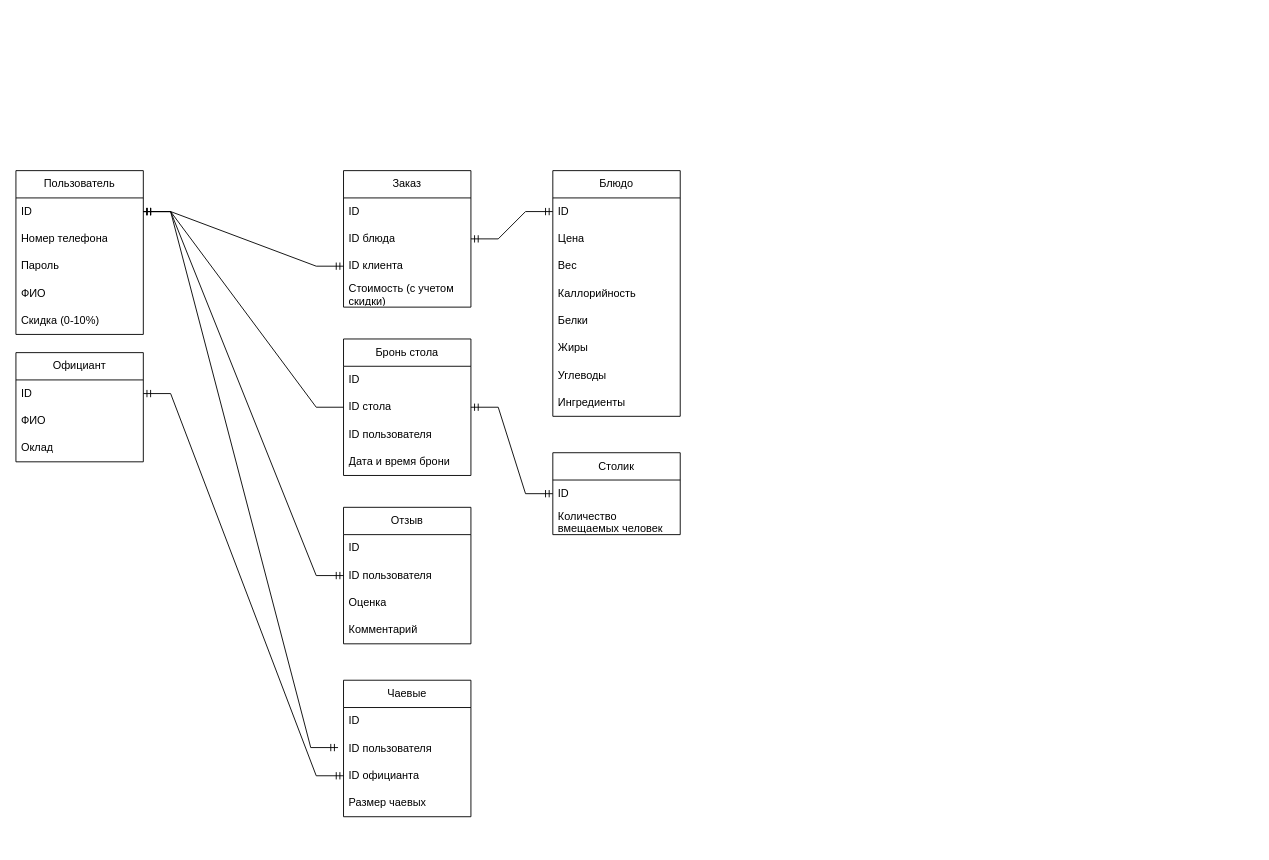
Before: DB.drawio in Rashen95/DiplomProject, a draw.io diagram. Source tidied: cells renumbered, new cells numbered last; positions are measured from the earlier drawing's top-left corner, leaving out a move shared by most shapes. Both pictures are drawn from the tidied source at 91%, with x=0, y=0 at pixel (15, 170).
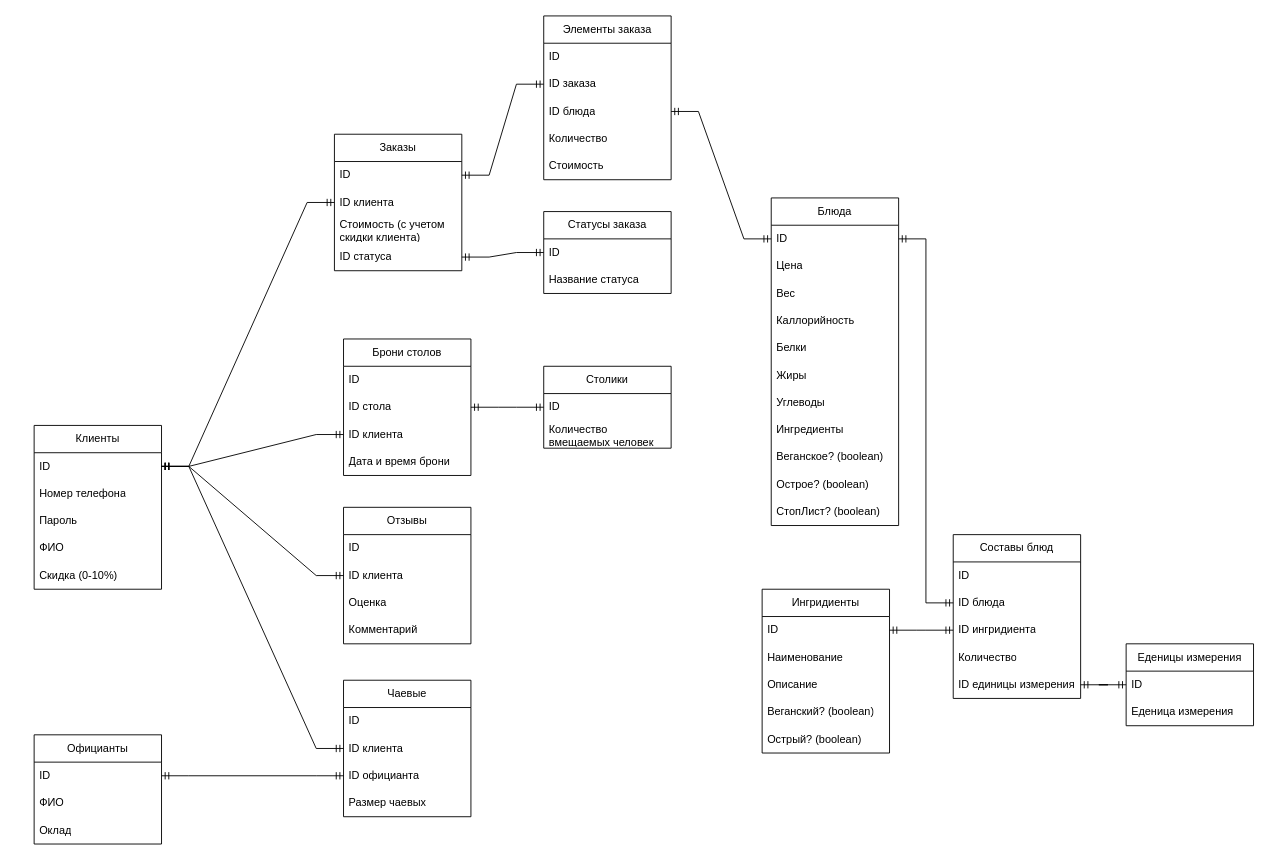
The same page after the edit.

The change refers to these unchanged cells:
```xml
<mxCell id="3" value="ID" style="text;strokeColor=none;fillColor=none;align=left;verticalAlign=middle;spacingLeft=4;spacingRight=4;overflow=hidden;points=[[0,0.5],[1,0.5]];portConstraint=eastwest;whiteSpace=wrap;html=1;" parent="2" vertex="1">
  <mxGeometry y="30" width="140" height="30" as="geometry" />
</mxCell>
<mxCell id="9" value="ID" style="text;strokeColor=none;fillColor=none;align=left;verticalAlign=middle;spacingLeft=4;spacingRight=4;overflow=hidden;points=[[0,0.5],[1,0.5]];portConstraint=eastwest;whiteSpace=wrap;html=1;" parent="8" vertex="1">
  <mxGeometry y="30" width="140" height="30" as="geometry" />
</mxCell>
<mxCell id="18" value="ID" style="text;strokeColor=none;fillColor=none;align=left;verticalAlign=middle;spacingLeft=4;spacingRight=4;overflow=hidden;points=[[0,0.5],[1,0.5]];portConstraint=eastwest;whiteSpace=wrap;html=1;" parent="17" vertex="1">
  <mxGeometry y="30" width="140" height="30" as="geometry" />
</mxCell>
<mxCell id="33" value="ID стола" style="text;strokeColor=none;fillColor=none;align=left;verticalAlign=middle;spacingLeft=4;spacingRight=4;overflow=hidden;points=[[0,0.5],[1,0.5]];portConstraint=eastwest;whiteSpace=wrap;html=1;" parent="31" vertex="1">
  <mxGeometry y="60" width="140" height="30" as="geometry" />
</mxCell>
<mxCell id="44" value="Чаевые" style="swimlane;fontStyle=0;horizontal=1;startSize=30;whiteSpace=wrap;html=1;" parent="1" vertex="1">
  <mxGeometry x="360" y="560" width="140" height="150" as="geometry" />
</mxCell>
```

The edit, as a diff of the source:
```diff
@@
-    <mxCell id="2" value="Пользователь" style="swimlane;fontStyle=0;horizontal=1;startSize=30;whiteSpace=wrap;html=1;" parent="1" vertex="1">
-      <mxGeometry width="140" height="180" as="geometry" />
+    <mxCell id="2" value="Клиенты" style="swimlane;fontStyle=0;horizontal=1;startSize=30;whiteSpace=wrap;html=1;" parent="1" vertex="1">
+      <mxGeometry x="20" y="280" width="140" height="180" as="geometry" />
     </mxCell>
@@
-    <mxCell id="8" value="Блюдо" style="swimlane;fontStyle=0;horizontal=1;startSize=30;whiteSpace=wrap;html=1;" parent="1" vertex="1">
-      <mxGeometry x="590" width="140" height="270" as="geometry" />
+    <mxCell id="8" value="Блюда" style="swimlane;fontStyle=0;horizontal=1;startSize=30;whiteSpace=wrap;html=1;" parent="1" vertex="1">
+      <mxGeometry x="830" y="30" width="140" height="360" as="geometry" />
     </mxCell>
@@
+    <mxCell id="51" value="Веганское? (boolean)" style="text;strokeColor=none;fillColor=none;align=left;verticalAlign=middle;spacingLeft=4;spacingRight=4;overflow=hidden;whiteSpace=wrap;html=1;" parent="8" vertex="1">
+      <mxGeometry y="270" width="140" height="30" as="geometry" />
+    </mxCell>
+    <mxCell id="52" value="Острое? (boolean)" style="text;strokeColor=none;fillColor=none;align=left;verticalAlign=middle;spacingLeft=4;spacingRight=4;overflow=hidden;whiteSpace=wrap;html=1;" parent="8" vertex="1">
+      <mxGeometry y="300" width="140" height="30" as="geometry" />
+    </mxCell>
+    <mxCell id="53" value="СтопЛист? (boolean)" style="text;strokeColor=none;fillColor=none;align=left;verticalAlign=middle;spacingLeft=4;spacingRight=4;overflow=hidden;whiteSpace=wrap;html=1;" parent="8" vertex="1">
+      <mxGeometry y="330" width="140" height="30" as="geometry" />
+    </mxCell>
-    <mxCell id="17" value="Заказ" style="swimlane;fontStyle=0;horizontal=1;startSize=30;whiteSpace=wrap;html=1;" parent="1" vertex="1">
-      <mxGeometry x="360" width="140" height="150" as="geometry" />
+    <mxCell id="17" value="Заказы" style="swimlane;fontStyle=0;horizontal=1;startSize=30;whiteSpace=wrap;html=1;" parent="1" vertex="1">
+      <mxGeometry x="350" y="-40" width="140" height="150" as="geometry" />
     </mxCell>
@@
-    <mxCell id="19" value="ID блюда" style="text;strokeColor=none;fillColor=none;align=left;verticalAlign=middle;spacingLeft=4;spacingRight=4;overflow=hidden;points=[[0,0.5],[1,0.5]];portConstraint=eastwest;whiteSpace=wrap;html=1;" parent="17" vertex="1">
-      <mxGeometry y="60" width="140" height="30" as="geometry" />
-    </mxCell>
     <mxCell id="20" value="ID клиента" style="text;strokeColor=none;fillColor=none;align=left;verticalAlign=middle;spacingLeft=4;spacingRight=4;overflow=hidden;points=[[0,0.5],[1,0.5]];portConstraint=eastwest;whiteSpace=wrap;html=1;" parent="17" vertex="1">
-      <mxGeometry y="90" width="140" height="30" as="geometry" />
+      <mxGeometry y="60" width="140" height="30" as="geometry" />
     </mxCell>
-    <mxCell id="21" value="Стоимость (с учетом скидки)" style="text;strokeColor=none;fillColor=none;align=left;verticalAlign=middle;spacingLeft=4;spacingRight=4;overflow=hidden;whiteSpace=wrap;html=1;" parent="17" vertex="1">
-      <mxGeometry y="120" width="140" height="30" as="geometry" />
+    <mxCell id="21" value="Стоимость (с учетом скидки клиента)" style="text;strokeColor=none;fillColor=none;align=left;verticalAlign=middle;spacingLeft=4;spacingRight=4;overflow=hidden;whiteSpace=wrap;html=1;" parent="17" vertex="1">
+      <mxGeometry y="90" width="140" height="30" as="geometry" />
     </mxCell>
+    <mxCell id="54" value="ID статуса" style="text;strokeColor=none;fillColor=none;align=left;verticalAlign=middle;spacingLeft=4;spacingRight=4;overflow=hidden;points=[[0,0.5],[1,0.5]];portConstraint=eastwest;whiteSpace=wrap;html=1;" parent="17" vertex="1">
+      <mxGeometry y="120" width="140" height="30" as="geometry" />
+    </mxCell>
@@
-    <mxCell id="23" style="edgeStyle=entityRelationEdgeStyle;fontSize=12;html=1;endArrow=ERmandOne;startArrow=ERmandOne;rounded=0;exitX=1;exitY=0.5;exitDx=0;exitDy=0;entryX=0;entryY=0.5;entryDx=0;entryDy=0;" parent="1" edge="1" source="19" target="9">
+    <mxCell id="23" style="edgeStyle=entityRelationEdgeStyle;fontSize=12;html=1;endArrow=ERmandOne;startArrow=ERmandOne;rounded=0;entryX=0;entryY=0.5;entryDx=0;entryDy=0;exitX=1;exitY=0.5;exitDx=0;exitDy=0;" parent="1" edge="1" source="59" target="9">
       <mxGeometry relative="1" as="geometry" />
     </mxCell>
-    <mxCell id="24" value="Официант" style="swimlane;fontStyle=0;horizontal=1;startSize=30;whiteSpace=wrap;html=1;" parent="1" vertex="1">
-      <mxGeometry y="200" width="140" height="120" as="geometry" />
+    <mxCell id="24" value="Официанты" style="swimlane;fontStyle=0;horizontal=1;startSize=30;whiteSpace=wrap;html=1;" parent="1" vertex="1">
+      <mxGeometry x="20" y="620" width="140" height="120" as="geometry" />
     </mxCell>
@@
-    <mxCell id="28" value="Столик" style="swimlane;fontStyle=0;horizontal=1;startSize=30;whiteSpace=wrap;html=1;" parent="1" vertex="1">
-      <mxGeometry x="590" y="310" width="140" height="90" as="geometry" />
+    <mxCell id="28" value="Столики" style="swimlane;fontStyle=0;horizontal=1;startSize=30;whiteSpace=wrap;html=1;" parent="1" vertex="1">
+      <mxGeometry x="580" y="215" width="140" height="90" as="geometry" />
     </mxCell>
@@
-    <mxCell id="31" value="Бронь стола" style="swimlane;fontStyle=0;horizontal=1;startSize=30;whiteSpace=wrap;html=1;" parent="1" vertex="1">
+    <mxCell id="31" value="Брони столов" style="swimlane;fontStyle=0;horizontal=1;startSize=30;whiteSpace=wrap;html=1;" parent="1" vertex="1">
       <mxGeometry x="360" y="185" width="140" height="150" as="geometry" />
     </mxCell>
@@
-    <mxCell id="34" value="ID пользователя" style="text;strokeColor=none;fillColor=none;align=left;verticalAlign=middle;spacingLeft=4;spacingRight=4;overflow=hidden;points=[[0,0.5],[1,0.5]];portConstraint=eastwest;whiteSpace=wrap;html=1;" parent="31" vertex="1">
+    <mxCell id="34" value="ID клиента" style="text;strokeColor=none;fillColor=none;align=left;verticalAlign=middle;spacingLeft=4;spacingRight=4;overflow=hidden;points=[[0,0.5],[1,0.5]];portConstraint=eastwest;whiteSpace=wrap;html=1;" parent="31" vertex="1">
       <mxGeometry y="90" width="140" height="30" as="geometry" />
     </mxCell>
@@
-    <mxCell id="37" style="edgeStyle=entityRelationEdgeStyle;fontSize=12;html=1;endArrow=ERmandOne;rounded=0;exitX=0;exitY=0.5;exitDx=0;exitDy=0;entryX=1;entryY=0.5;entryDx=0;entryDy=0;" parent="1" edge="1" source="33" target="3">
-      <mxGeometry relative="1" as="geometry">
-        <Array as="points">
-          <mxPoint x="20" y="320" />
-        </Array>
-      </mxGeometry>
-    </mxCell>
-    <mxCell id="38" value="Отзыв" style="swimlane;fontStyle=0;horizontal=1;startSize=30;whiteSpace=wrap;html=1;" parent="1" vertex="1">
+    <mxCell id="38" value="Отзывы" style="swimlane;fontStyle=0;horizontal=1;startSize=30;whiteSpace=wrap;html=1;" parent="1" vertex="1">
       <mxGeometry x="360" y="370" width="140" height="150" as="geometry" />
     </mxCell>
@@
-    <mxCell id="40" value="ID пользователя" style="text;strokeColor=none;fillColor=none;align=left;verticalAlign=middle;spacingLeft=4;spacingRight=4;overflow=hidden;points=[[0,0.5],[1,0.5]];portConstraint=eastwest;whiteSpace=wrap;html=1;" parent="38" vertex="1">
+    <mxCell id="40" value="ID клиента" style="text;strokeColor=none;fillColor=none;align=left;verticalAlign=middle;spacingLeft=4;spacingRight=4;overflow=hidden;points=[[0,0.5],[1,0.5]];portConstraint=eastwest;whiteSpace=wrap;html=1;" parent="38" vertex="1">
       <mxGeometry y="60" width="140" height="30" as="geometry" />
     </mxCell>
@@
-    <mxCell id="46" value="ID пользователя" style="text;strokeColor=none;fillColor=none;align=left;verticalAlign=middle;spacingLeft=4;spacingRight=4;overflow=hidden;points=[[0,0.5],[1,0.5]];portConstraint=eastwest;whiteSpace=wrap;html=1;" parent="44" vertex="1">
+    <mxCell id="46" value="ID клиента" style="text;strokeColor=none;fillColor=none;align=left;verticalAlign=middle;spacingLeft=4;spacingRight=4;overflow=hidden;points=[[0,0.5],[1,0.5]];portConstraint=eastwest;whiteSpace=wrap;html=1;" parent="44" vertex="1">
       <mxGeometry y="60" width="140" height="30" as="geometry" />
     </mxCell>
@@
-    <mxCell id="49" style="edgeStyle=entityRelationEdgeStyle;fontSize=12;html=1;endArrow=ERmandOne;startArrow=ERmandOne;rounded=0;entryX=-0.043;entryY=0.467;entryDx=0;entryDy=0;entryPerimeter=0;exitX=1;exitY=0.5;exitDx=0;exitDy=0;" parent="1" edge="1" source="3" target="46">
+    <mxCell id="49" style="edgeStyle=entityRelationEdgeStyle;fontSize=12;html=1;endArrow=ERmandOne;startArrow=ERmandOne;rounded=0;entryX=0;entryY=0.5;entryDx=0;entryDy=0;exitX=1;exitY=0.5;exitDx=0;exitDy=0;" parent="1" edge="1" source="3" target="46">
       <mxGeometry relative="1" as="geometry" />
     </mxCell>
@@
+    <mxCell id="55" style="edgeStyle=entityRelationEdgeStyle;fontSize=12;html=1;endArrow=ERmandOne;startArrow=ERmandOne;rounded=0;exitX=1;exitY=0.5;exitDx=0;exitDy=0;entryX=0;entryY=0.5;entryDx=0;entryDy=0;" parent="1" edge="1" source="3" target="34">
+      <mxGeometry relative="1" as="geometry" />
+    </mxCell>
+    <mxCell id="56" value="Элементы заказа" style="swimlane;fontStyle=0;horizontal=1;startSize=30;whiteSpace=wrap;html=1;" parent="1" vertex="1">
+      <mxGeometry x="580" y="-170" width="140" height="180" as="geometry" />
+    </mxCell>
+    <mxCell id="57" value="ID" style="text;strokeColor=none;fillColor=none;align=left;verticalAlign=middle;spacingLeft=4;spacingRight=4;overflow=hidden;whiteSpace=wrap;html=1;" parent="56" vertex="1">
+      <mxGeometry y="30" width="140" height="30" as="geometry" />
+    </mxCell>
+    <mxCell id="58" value="ID заказа" style="text;strokeColor=none;fillColor=none;align=left;verticalAlign=middle;spacingLeft=4;spacingRight=4;overflow=hidden;points=[[0,0.5],[1,0.5]];portConstraint=eastwest;whiteSpace=wrap;html=1;" parent="56" vertex="1">
+      <mxGeometry y="60" width="140" height="30" as="geometry" />
+    </mxCell>
+    <mxCell id="59" value="ID блюда" style="text;strokeColor=none;fillColor=none;align=left;verticalAlign=middle;spacingLeft=4;spacingRight=4;overflow=hidden;points=[[0,0.5],[1,0.5]];portConstraint=eastwest;whiteSpace=wrap;html=1;" parent="56" vertex="1">
+      <mxGeometry y="90" width="140" height="30" as="geometry" />
+    </mxCell>
+    <mxCell id="60" value="Количество" style="text;strokeColor=none;fillColor=none;align=left;verticalAlign=middle;spacingLeft=4;spacingRight=4;overflow=hidden;whiteSpace=wrap;html=1;" parent="56" vertex="1">
+      <mxGeometry y="120" width="140" height="30" as="geometry" />
+    </mxCell>
+    <mxCell id="61" value="Стоимость" style="text;strokeColor=none;fillColor=none;align=left;verticalAlign=middle;spacingLeft=4;spacingRight=4;overflow=hidden;whiteSpace=wrap;html=1;" parent="56" vertex="1">
+      <mxGeometry y="150" width="140" height="30" as="geometry" />
+    </mxCell>
+    <mxCell id="62" style="edgeStyle=entityRelationEdgeStyle;fontSize=12;html=1;endArrow=ERmandOne;startArrow=ERmandOne;rounded=0;entryX=0;entryY=0.5;entryDx=0;entryDy=0;exitX=1;exitY=0.5;exitDx=0;exitDy=0;" parent="1" edge="1" source="18" target="58">
+      <mxGeometry relative="1" as="geometry" />
+    </mxCell>
+    <mxCell id="63" value="Ингридиенты" style="swimlane;fontStyle=0;horizontal=1;startSize=30;whiteSpace=wrap;html=1;" parent="1" vertex="1">
+      <mxGeometry x="820" y="460" width="140" height="180" as="geometry" />
+    </mxCell>
+    <mxCell id="64" value="ID" style="text;strokeColor=none;fillColor=none;align=left;verticalAlign=middle;spacingLeft=4;spacingRight=4;overflow=hidden;points=[[0,0.5],[1,0.5]];portConstraint=eastwest;whiteSpace=wrap;html=1;" parent="63" vertex="1">
+      <mxGeometry y="30" width="140" height="30" as="geometry" />
+    </mxCell>
+    <mxCell id="65" value="Наименование" style="text;strokeColor=none;fillColor=none;align=left;verticalAlign=middle;spacingLeft=4;spacingRight=4;overflow=hidden;whiteSpace=wrap;html=1;" parent="63" vertex="1">
+      <mxGeometry y="60" width="140" height="30" as="geometry" />
+    </mxCell>
+    <mxCell id="66" value="Описание" style="text;strokeColor=none;fillColor=none;align=left;verticalAlign=middle;spacingLeft=4;spacingRight=4;overflow=hidden;whiteSpace=wrap;html=1;" parent="63" vertex="1">
+      <mxGeometry y="90" width="140" height="30" as="geometry" />
+    </mxCell>
+    <mxCell id="67" value="Веганский? (boolean)" style="text;strokeColor=none;fillColor=none;align=left;verticalAlign=middle;spacingLeft=4;spacingRight=4;overflow=hidden;whiteSpace=wrap;html=1;" parent="63" vertex="1">
+      <mxGeometry y="120" width="140" height="30" as="geometry" />
+    </mxCell>
+    <mxCell id="68" value="Острый? (boolean)" style="text;strokeColor=none;fillColor=none;align=left;verticalAlign=middle;spacingLeft=4;spacingRight=4;overflow=hidden;whiteSpace=wrap;html=1;" parent="63" vertex="1">
+      <mxGeometry y="150" width="140" height="30" as="geometry" />
+    </mxCell>
+    <mxCell id="69" value="Составы блюд" style="swimlane;fontStyle=0;horizontal=1;startSize=30;whiteSpace=wrap;html=1;" parent="1" vertex="1">
+      <mxGeometry x="1030" y="400" width="140" height="180" as="geometry" />
+    </mxCell>
+    <mxCell id="70" value="ID" style="text;strokeColor=none;fillColor=none;align=left;verticalAlign=middle;spacingLeft=4;spacingRight=4;overflow=hidden;whiteSpace=wrap;html=1;" parent="69" vertex="1">
+      <mxGeometry y="30" width="140" height="30" as="geometry" />
+    </mxCell>
+    <mxCell id="19" value="ID блюда" style="text;strokeColor=none;fillColor=none;align=left;verticalAlign=middle;spacingLeft=4;spacingRight=4;overflow=hidden;points=[[0,0.5],[1,0.5]];portConstraint=eastwest;whiteSpace=wrap;html=1;" parent="69" vertex="1">
+      <mxGeometry y="60" width="140" height="30" as="geometry" />
+    </mxCell>
+    <mxCell id="71" value="ID ингридиента" style="text;strokeColor=none;fillColor=none;align=left;verticalAlign=middle;spacingLeft=4;spacingRight=4;overflow=hidden;points=[[0,0.5],[1,0.5]];portConstraint=eastwest;whiteSpace=wrap;html=1;" parent="69" vertex="1">
+      <mxGeometry y="90" width="140" height="30" as="geometry" />
+    </mxCell>
+    <mxCell id="72" value="Количество" style="text;strokeColor=none;fillColor=none;align=left;verticalAlign=middle;spacingLeft=4;spacingRight=4;overflow=hidden;whiteSpace=wrap;html=1;" parent="69" vertex="1">
+      <mxGeometry y="120" width="140" height="30" as="geometry" />
+    </mxCell>
+    <mxCell id="73" value="ID единицы измерения" style="text;strokeColor=none;fillColor=none;align=left;verticalAlign=middle;spacingLeft=4;spacingRight=4;overflow=hidden;points=[[0,0.5],[1,0.5]];portConstraint=eastwest;whiteSpace=wrap;html=1;" parent="69" vertex="1">
+      <mxGeometry y="150" width="140" height="30" as="geometry" />
+    </mxCell>
+    <mxCell id="74" value="Еденицы измерения" style="swimlane;fontStyle=0;horizontal=1;startSize=30;whiteSpace=wrap;html=1;" parent="1" vertex="1">
+      <mxGeometry x="1220" y="520" width="140" height="90" as="geometry" />
+    </mxCell>
+    <mxCell id="75" value="ID" style="text;strokeColor=none;fillColor=none;align=left;verticalAlign=middle;spacingLeft=4;spacingRight=4;overflow=hidden;points=[[0,0.5],[1,0.5]];portConstraint=eastwest;whiteSpace=wrap;html=1;" parent="74" vertex="1">
+      <mxGeometry y="30" width="140" height="30" as="geometry" />
+    </mxCell>
+    <mxCell id="76" value="Еденица измерения" style="text;strokeColor=none;fillColor=none;align=left;verticalAlign=middle;spacingLeft=4;spacingRight=4;overflow=hidden;whiteSpace=wrap;html=1;" parent="74" vertex="1">
+      <mxGeometry y="60" width="140" height="30" as="geometry" />
+    </mxCell>
+    <mxCell id="77" style="edgeStyle=entityRelationEdgeStyle;fontSize=12;html=1;endArrow=ERmandOne;startArrow=ERmandOne;rounded=0;entryX=0;entryY=0.5;entryDx=0;entryDy=0;exitX=1;exitY=0.5;exitDx=0;exitDy=0;" parent="1" edge="1" source="73" target="75">
+      <mxGeometry relative="1" as="geometry" />
+    </mxCell>
+    <mxCell id="78" style="edgeStyle=entityRelationEdgeStyle;fontSize=12;html=1;endArrow=ERmandOne;startArrow=ERmandOne;rounded=0;entryX=0;entryY=0.5;entryDx=0;entryDy=0;exitX=1;exitY=0.5;exitDx=0;exitDy=0;" parent="1" edge="1" source="64" target="71">
+      <mxGeometry relative="1" as="geometry" />
+    </mxCell>
+    <mxCell id="79" style="edgeStyle=entityRelationEdgeStyle;fontSize=12;html=1;endArrow=ERmandOne;startArrow=ERmandOne;rounded=0;entryX=1;entryY=0.5;entryDx=0;entryDy=0;exitX=0;exitY=0.5;exitDx=0;exitDy=0;" parent="1" edge="1" source="19" target="9">
+      <mxGeometry relative="1" as="geometry" />
+    </mxCell>
+    <mxCell id="80" value="Статусы заказа" style="swimlane;fontStyle=0;horizontal=1;startSize=30;whiteSpace=wrap;html=1;" parent="1" vertex="1">
+      <mxGeometry x="580" y="45" width="140" height="90" as="geometry" />
+    </mxCell>
+    <mxCell id="81" value="ID" style="text;strokeColor=none;fillColor=none;align=left;verticalAlign=middle;spacingLeft=4;spacingRight=4;overflow=hidden;points=[[0,0.5],[1,0.5]];portConstraint=eastwest;whiteSpace=wrap;html=1;" parent="80" vertex="1">
+      <mxGeometry y="30" width="140" height="30" as="geometry" />
+    </mxCell>
+    <mxCell id="82" value="Название статуса" style="text;strokeColor=none;fillColor=none;align=left;verticalAlign=middle;spacingLeft=4;spacingRight=4;overflow=hidden;whiteSpace=wrap;html=1;" parent="80" vertex="1">
+      <mxGeometry y="60" width="140" height="30" as="geometry" />
+    </mxCell>
+    <mxCell id="83" style="edgeStyle=entityRelationEdgeStyle;fontSize=12;html=1;endArrow=ERmandOne;startArrow=ERmandOne;rounded=0;entryX=0;entryY=0.5;entryDx=0;entryDy=0;exitX=1;exitY=0.5;exitDx=0;exitDy=0;" parent="1" edge="1" source="54" target="81">
+      <mxGeometry relative="1" as="geometry" />
+    </mxCell>
```
